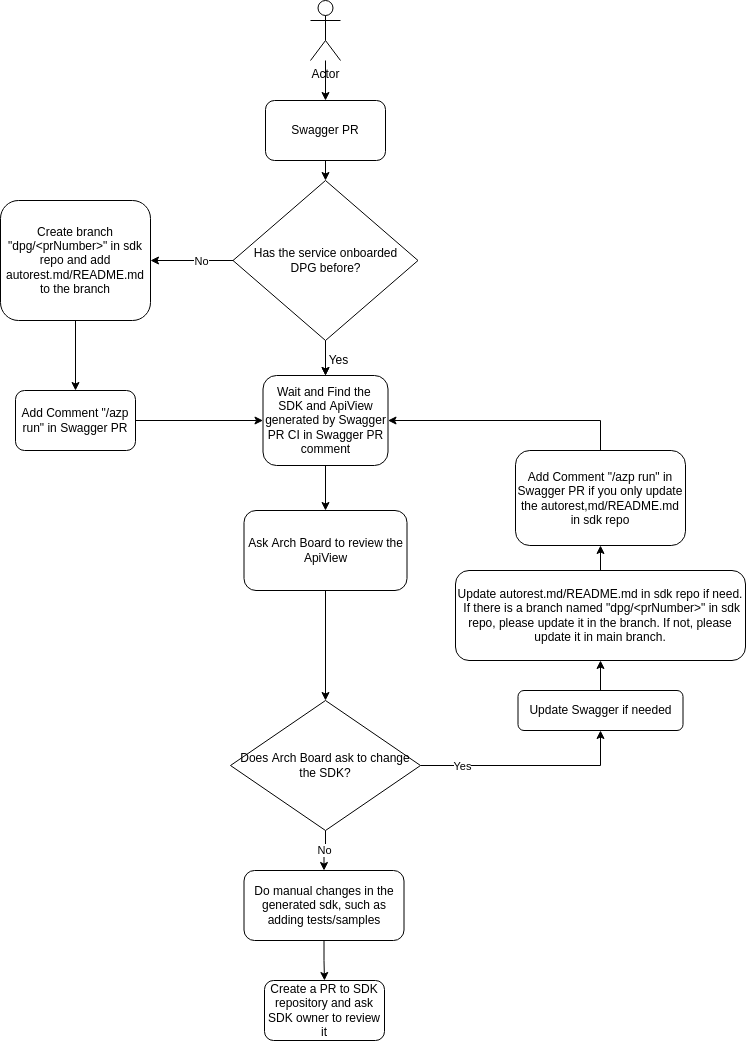
This is documentation/onboard-dpg-in-sdkautomation/workflow-service-team.png from Azure/azure-rest-api-specs, a draw.io export, as it was before one commit. Source tidied: cells renumbered, new cells last; positions are measured from the earlier drawing's top-left corner, leaving out a move shared by most shapes.
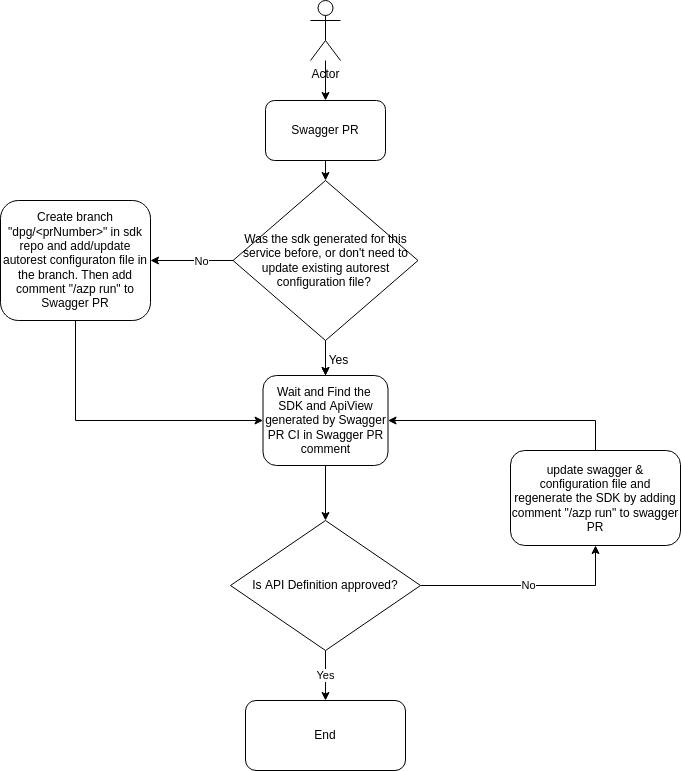
After the commit.

Commit message:
change based on comment

The edit, as a diff of the source:
```diff
@@ -14,46 +14,26 @@
     <mxCell id="5" value="Swagger PR" style="rounded=1;whiteSpace=wrap;html=1;" parent="1" vertex="1">
       <mxGeometry x="265" y="100" width="120" height="60" as="geometry" />
     </mxCell>
-    <mxCell id="6" style="edgeStyle=orthogonalEdgeStyle;rounded=0;jettySize=auto;html=1;exitX=0.5;exitY=1;exitDx=0;exitDy=0;entryX=0.5;entryY=0;entryDx=0;entryDy=0;" parent="1" edge="1" source="7" target="32">
-      <mxGeometry relative="1" as="geometry" />
-    </mxCell>
-    <mxCell id="7" value="Do manual changes in the generated sdk, such as adding tests/samples" style="rounded=1;whiteSpace=wrap;html=1;" parent="1" vertex="1">
-      <mxGeometry x="243.5" y="870" width="160" height="70" as="geometry" />
+    <mxCell id="7" value="End" style="rounded=1;whiteSpace=wrap;html=1;" parent="1" vertex="1">
+      <mxGeometry x="245" y="700" width="160" height="70" as="geometry" />
     </mxCell>
-    <mxCell id="8" style="edgeStyle=orthogonalEdgeStyle;rounded=0;jettySize=auto;html=1;entryX=0.5;entryY=0;entryDx=0;entryDy=0;" parent="1" edge="1" source="24" target="10">
-      <mxGeometry relative="1" as="geometry" />
-    </mxCell>
-    <mxCell id="9" style="edgeStyle=orthogonalEdgeStyle;rounded=0;jettySize=auto;html=1;exitX=0.5;exitY=1;exitDx=0;exitDy=0;entryX=0.5;entryY=0;entryDx=0;entryDy=0;" parent="1" edge="1" source="10" target="14">
+    <mxCell id="9" style="edgeStyle=orthogonalEdgeStyle;rounded=0;jettySize=auto;html=1;exitX=0.5;exitY=1;exitDx=0;exitDy=0;entryX=0.5;entryY=0;entryDx=0;entryDy=0;" parent="1" edge="1" source="24" target="14">
       <mxGeometry relative="1" as="geometry" />
     </mxCell>
-    <mxCell id="10" value="Ask Arch Board to review the ApiView" style="rounded=1;whiteSpace=wrap;html=1;" parent="1" vertex="1">
-      <mxGeometry x="243.5" y="510" width="163" height="80" as="geometry" />
-    </mxCell>
-    <mxCell id="11" value="No" style="edgeStyle=orthogonalEdgeStyle;rounded=0;jettySize=auto;html=1;exitX=0.5;exitY=1;exitDx=0;exitDy=0;entryX=0.5;entryY=0;entryDx=0;entryDy=0;" parent="1" edge="1" source="14" target="7">
+    <mxCell id="11" value="Yes" style="edgeStyle=orthogonalEdgeStyle;rounded=0;jettySize=auto;html=1;exitX=0.5;exitY=1;exitDx=0;exitDy=0;entryX=0.5;entryY=0;entryDx=0;entryDy=0;" parent="1" edge="1" source="14" target="7">
       <mxGeometry relative="1" as="geometry" />
     </mxCell>
-    <mxCell id="12" style="edgeStyle=orthogonalEdgeStyle;rounded=0;jettySize=auto;html=1;entryX=0.5;entryY=1;entryDx=0;entryDy=0;" parent="1" edge="1" source="14" target="16">
-      <mxGeometry relative="1" as="geometry" />
-    </mxCell>
-    <mxCell id="13" value="Yes" style="edgeLabel;html=1;align=center;verticalAlign=middle;" parent="12" vertex="1">
-      <mxGeometry x="-0.62" y="-4" relative="1" as="geometry">
-        <mxPoint y="-4" as="offset" />
-      </mxGeometry>
-    </mxCell>
+    <mxCell id="31" value="No" style="edgeStyle=orthogonalEdgeStyle;rounded=0;jettySize=auto;html=1;exitX=1;exitY=0.5;exitDx=0;exitDy=0;entryX=0.5;entryY=1;entryDx=0;entryDy=0;" parent="1" edge="1" source="14" target="18">
+      <mxGeometry relative="1" as="geometry" />
+    </mxCell>
-    <mxCell id="14" value="Does Arch Board ask to change the SDK?" style="rhombus;whiteSpace=wrap;html=1;" parent="1" vertex="1">
-      <mxGeometry x="230" y="700" width="190" height="130" as="geometry" />
+    <mxCell id="14" value="Is API Definition approved?" style="rhombus;whiteSpace=wrap;html=1;" parent="1" vertex="1">
+      <mxGeometry x="230" y="520" width="190" height="130" as="geometry" />
     </mxCell>
-    <mxCell id="15" style="edgeStyle=orthogonalEdgeStyle;rounded=0;jettySize=auto;html=1;exitX=0.5;exitY=0;exitDx=0;exitDy=0;entryX=0.5;entryY=1;entryDx=0;entryDy=0;" parent="1" edge="1" source="16" target="31">
-      <mxGeometry relative="1" as="geometry" />
-    </mxCell>
-    <mxCell id="16" value="Update Swagger if needed" style="rounded=1;whiteSpace=wrap;html=1;" parent="1" vertex="1">
-      <mxGeometry x="517.5" y="690" width="165" height="40" as="geometry" />
-    </mxCell>
     <mxCell id="17" style="edgeStyle=orthogonalEdgeStyle;rounded=0;jettySize=auto;html=1;exitX=0.5;exitY=0;exitDx=0;exitDy=0;entryX=1;entryY=0.5;entryDx=0;entryDy=0;" parent="1" edge="1" source="18" target="24">
       <mxGeometry relative="1" as="geometry" />
     </mxCell>
-    <mxCell id="18" value="Add Comment &quot;/azp run&quot; in Swagger PR if you only update the autorest,md/README.md in sdk repo" style="rounded=1;whiteSpace=wrap;html=1;" parent="1" vertex="1">
-      <mxGeometry x="515" y="450" width="170" height="95" as="geometry" />
+    <mxCell id="18" value="update swagger &amp;amp; configuration file and regenerate the SDK by adding comment &quot;/azp run&quot; to swagger PR" style="rounded=1;whiteSpace=wrap;html=1;" parent="1" vertex="1">
+      <mxGeometry x="510" y="450" width="170" height="95" as="geometry" />
     </mxCell>
     <mxCell id="19" style="edgeStyle=orthogonalEdgeStyle;rounded=0;jettySize=auto;html=1;exitX=0.5;exitY=1;exitDx=0;exitDy=0;entryX=0.5;entryY=0;entryDx=0;entryDy=0;" parent="1" edge="1" source="23" target="24">
       <mxGeometry relative="1" as="geometry" />
@@ -69,7 +49,7 @@
         <mxPoint x="-17" y="-1" as="offset" />
       </mxGeometry>
     </mxCell>
-    <mxCell id="23" value="Has the service onboarded&lt;br&gt;&amp;nbsp;DPG before?&amp;nbsp;" style="rhombus;whiteSpace=wrap;html=1;" parent="1" vertex="1">
+    <mxCell id="23" value="Was the sdk generated for this service before,&amp;nbsp;or don't need to update existing autorest configuration file?&amp;nbsp;" style="rhombus;whiteSpace=wrap;html=1;" parent="1" vertex="1">
       <mxGeometry x="232.5" y="180" width="185" height="160" as="geometry" />
     </mxCell>
     <mxCell id="24" value="Wait and Find the&amp;nbsp; SDK and ApiView generated by Swagger PR CI in Swagger PR comment" style="rounded=1;whiteSpace=wrap;html=1;" parent="1" vertex="1">
@@ -78,26 +58,11 @@
     <mxCell id="25" value="Yes" style="text;html=1;align=center;verticalAlign=middle;strokeColor=none;fillColor=none;" parent="1" vertex="1">
       <mxGeometry x="318" y="350" width="40" height="20" as="geometry" />
     </mxCell>
-    <mxCell id="26" style="edgeStyle=orthogonalEdgeStyle;rounded=0;jettySize=auto;html=1;exitX=0.5;exitY=1;exitDx=0;exitDy=0;entryX=0.5;entryY=0;entryDx=0;entryDy=0;" parent="1" edge="1" source="27" target="29">
+    <mxCell id="26" style="edgeStyle=orthogonalEdgeStyle;rounded=0;jettySize=auto;html=1;exitX=0.5;exitY=1;exitDx=0;exitDy=0;entryX=0;entryY=0.5;entryDx=0;entryDy=0;" parent="1" edge="1" source="27" target="24">
       <mxGeometry relative="1" as="geometry" />
     </mxCell>
-    <mxCell id="27" value="Create branch &quot;dpg/&amp;lt;prNumber&amp;gt;&quot; in sdk repo and add autorest.md/README.md to the branch" style="rounded=1;whiteSpace=wrap;html=1;" parent="1" vertex="1">
+    <mxCell id="27" value="Create branch &quot;dpg/&amp;lt;prNumber&amp;gt;&quot; in sdk repo and add/update autorest configuraton file in the branch. Then add comment &quot;/azp run&quot; to Swagger PR" style="rounded=1;whiteSpace=wrap;html=1;" parent="1" vertex="1">
       <mxGeometry y="200" width="150" height="120" as="geometry" />
     </mxCell>
-    <mxCell id="28" style="edgeStyle=orthogonalEdgeStyle;rounded=0;jettySize=auto;html=1;exitX=1;exitY=0.5;exitDx=0;exitDy=0;entryX=0;entryY=0.5;entryDx=0;entryDy=0;" parent="1" edge="1" source="29" target="24">
-      <mxGeometry relative="1" as="geometry" />
-    </mxCell>
-    <mxCell id="29" value="&lt;span&gt;Add Comment &quot;/azp run&quot; in Swagger PR&lt;/span&gt;" style="rounded=1;whiteSpace=wrap;html=1;" parent="1" vertex="1">
-      <mxGeometry x="15" y="390" width="120" height="60" as="geometry" />
-    </mxCell>
-    <mxCell id="30" style="edgeStyle=orthogonalEdgeStyle;rounded=0;jettySize=auto;html=1;exitX=0.5;exitY=0;exitDx=0;exitDy=0;entryX=0.5;entryY=1;entryDx=0;entryDy=0;" parent="1" edge="1" source="31" target="18">
-      <mxGeometry relative="1" as="geometry" />
-    </mxCell>
-    <mxCell id="31" value="&lt;span&gt;Update autorest.md/README.md in sdk repo if need.&lt;br&gt;&amp;nbsp;If there is a branch named &quot;dpg/&amp;lt;prNumber&amp;gt;&quot; in sdk repo, please update it in the branch. If not, please update it in main branch.&lt;/span&gt;" style="rounded=1;whiteSpace=wrap;html=1;" parent="1" vertex="1">
-      <mxGeometry x="455" y="570" width="290" height="90" as="geometry" />
-    </mxCell>
-    <mxCell id="32" value="Create a PR to SDK repository and ask SDK owner to review it" style="rounded=1;whiteSpace=wrap;html=1;" parent="1" vertex="1">
-      <mxGeometry x="264" y="980" width="120" height="60" as="geometry" />
-    </mxCell>
   </root>
 </mxGraphModel>
```
